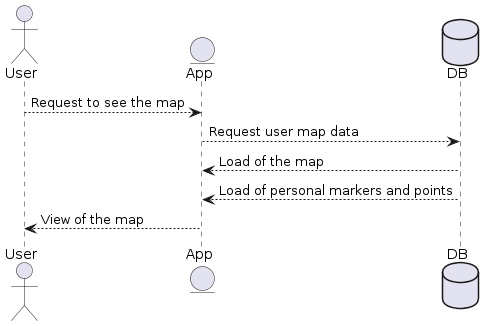
Earlier version of the PlantUML export images/Sequence diagram2.png (Arquisoft/lomap_es4a). Its diagram source:
```plantuml
@startuml
actor User
entity App
database Pod as "DB"
User --> App: Request to see the map
App --> Pod: Request user map data
Pod --> App: Load of the map
Pod --> App: Load of personal markers and points
App --> User: View of the map
@enduml
```
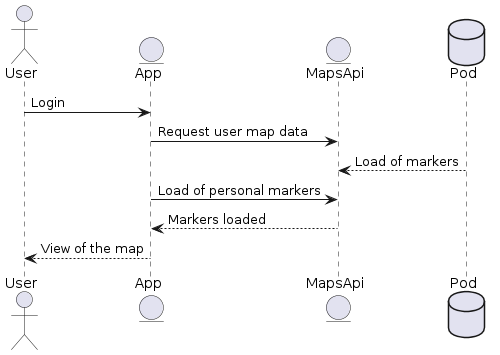
After the change.

The edit, as a diff of the source:
```diff
@@ -1,10 +1,12 @@
 @startuml
 actor User
 entity App
-database Pod as "DB"
-User --> App: Request to see the map
-App --> Pod: Request user map data
-Pod --> App: Load of the map
-Pod --> App: Load of personal markers and points
+entity MapsApi
+database Pod
+User -> App: Login
+App -> MapsApi: Request user map data
+Pod --> MapsApi: Load of markers
+App -> MapsApi: Load of personal markers
+MapsApi--> App : Markers loaded
 App --> User: View of the map
 @enduml
```
